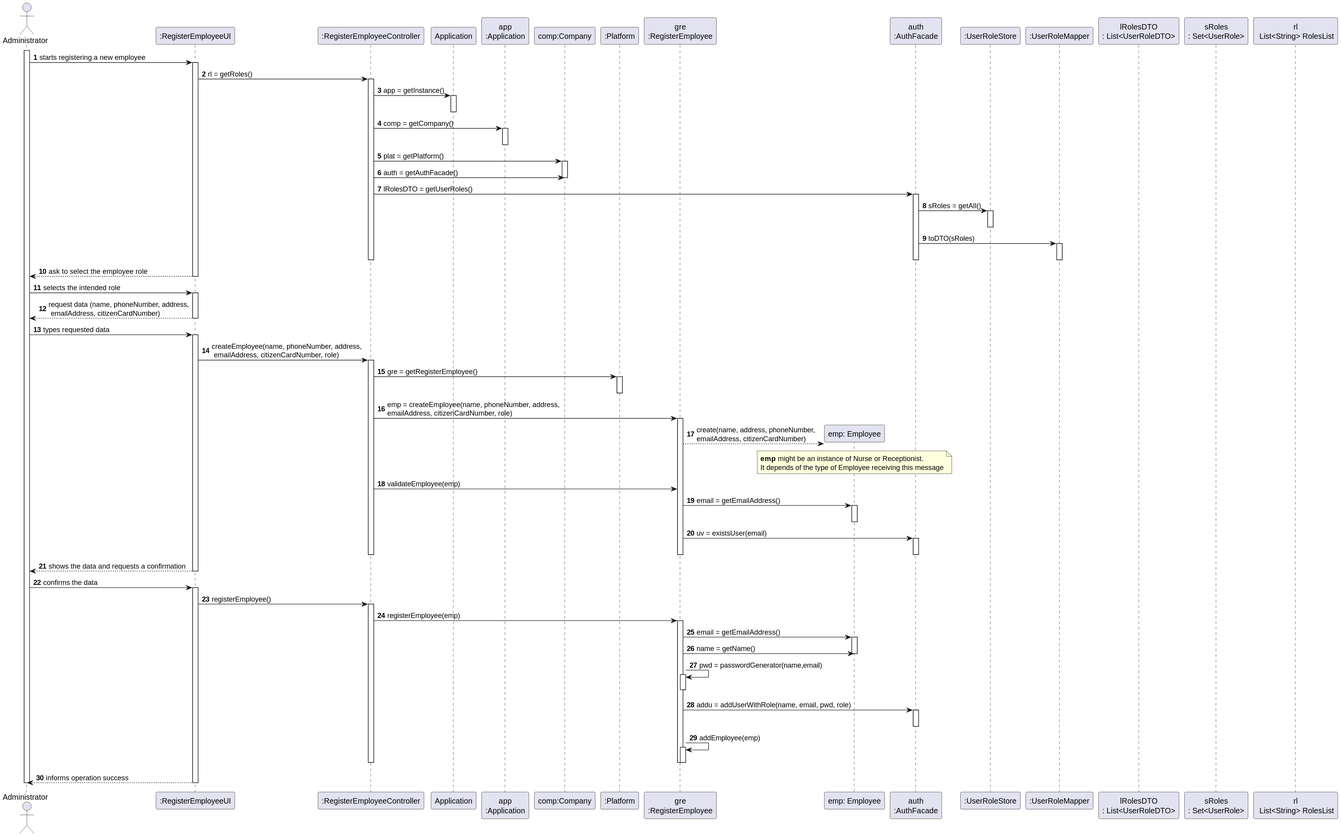
Before: docs/SprintB/UserStories/US10/US010_SD.svg, a diagram exported from PlantUML (diogonapoles/isep-lapr2). The source it was exported from:
```plantuml
@startuml
autonumber
actor "Administrator" as ADM


participant ":RegisterEmployeeUI" as UI
participant ":RegisterEmployeeController" as CTRL
participant "Application" as APP
participant "app\n:Application" as App
participant "comp:Company" as COMP
participant ":Platform" as PLAT
participant "gre\n:RegisterEmployee" as RE
participant "emp: Employee" as EMP
participant "auth\n:AuthFacade" as AF
participant ":UserRoleStore" as URS
participant ":UserRoleMapper" as URM
participant "lRolesDTO\n: List<UserRoleDTO>" as lRDTO
participant "sRoles\n: Set<UserRole>" as SR
participant "rl\n List<String> RolesList" as rl


activate ADM

ADM -> UI : starts registering a new employee
activate UI

UI -> CTRL : rl = getRoles()
activate CTRL

CTRL -> APP : app = getInstance()
activate APP
deactivate APP

CTRL -> App : comp = getCompany()
activate App
deactivate App

CTRL -> COMP : plat = getPlatform()
activate COMP

CTRL -> COMP: auth = getAuthFacade()
deactivate COMP

CTRL -> AF : lRolesDTO = getUserRoles()
activate AF

AF -> URS : sRoles = getAll()
activate URS
deactivate URS

AF -> URM :  toDTO(sRoles)
activate URM

deactivate URM
deactivate AF
deactivate CTRL

UI --> ADM : ask to select the employee role
deactivate UI



ADM -> UI : selects the intended role
activate UI

UI --> ADM : request data (name, phoneNumber, address,\n emailAddress, citizenCardNumber)
deactivate UI




ADM -> UI : types requested data
activate UI

UI -> CTRL :createEmployee(name, phoneNumber, address,\n emailAddress, citizenCardNumber, role)
activate CTRL

CTRL -> PLAT : gre = getRegisterEmployee()
activate PLAT
deactivate PLAT

CTRL -> RE : emp = createEmployee(name, phoneNumber, address,\nemailAddress, citizenCardNumber, role)
activate RE

RE --> EMP** : create(name, address, phoneNumber,\nemailAddress, citizenCardNumber)

note over EMP : **emp** might be an instance of Nurse or Receptionist.\nIt depends of the type of Employee receiving this message


CTRL -> RE : validateEmployee(emp)

RE -> EMP : email = getEmailAddress()
activate EMP
deactivate EMP

RE -> AF : uv = existsUser(email)
activate AF
deactivate AF
deactivate CTRL
deactivate RE

UI --> ADM : shows the data and requests a confirmation
deactivate UI



ADM -> UI : confirms the data
activate UI

UI -> CTRL : registerEmployee()
activate CTRL

CTRL -> RE: registerEmployee(emp)
activate RE

RE -> EMP : email = getEmailAddress()
activate EMP

RE -> EMP : name = getName()

deactivate EMP

RE -> RE : pwd = passwordGenerator(name,email)
activate RE
deactivate RE

RE -> AF : addu = addUserWithRole(name, email, pwd, role)
activate AF
deactivate AF

RE -> RE : addEmployee(emp)
activate RE
deactivate RE
deactivate RE
deactivate CTRL

UI --> ADM : informs operation success
deactivate UI


deactivate ADM

@enduml
```
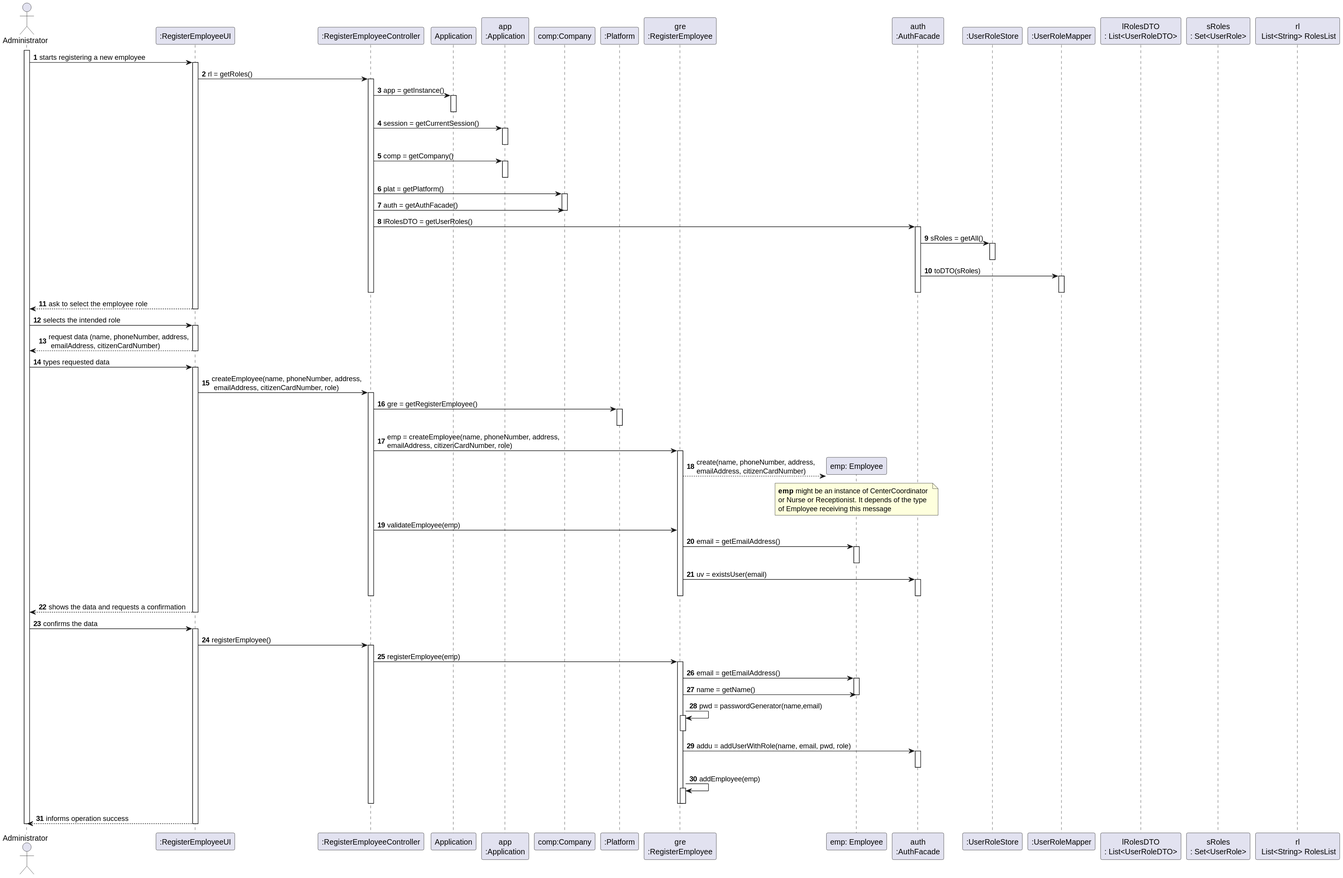
Above is the later version.

Change to the diagram source:
```diff
@@ -31,9 +31,14 @@
 activate APP
 deactivate APP
 
+CTRL -> App: session = getCurrentSession()
+activate App
+deactivate App
+
 CTRL -> App : comp = getCompany()
 activate App
 deactivate App
+
 
 CTRL -> COMP : plat = getPlatform()
 activate COMP
@@ -82,9 +87,9 @@
 CTRL -> RE : emp = createEmployee(name, phoneNumber, address,\nemailAddress, citizenCardNumber, role)
 activate RE
 
-RE --> EMP** : create(name, address, phoneNumber,\nemailAddress, citizenCardNumber)
+RE --> EMP** : create(name, phoneNumber, address, \nemailAddress, citizenCardNumber)
 
-note over EMP : **emp** might be an instance of Nurse or Receptionist.\nIt depends of the type of Employee receiving this message
+note over EMP : **emp** might be an instance of CenterCoordinator \nor Nurse or Receptionist. It depends of the type \nof Employee receiving this message
 
 
 CTRL -> RE : validateEmployee(emp)
```
